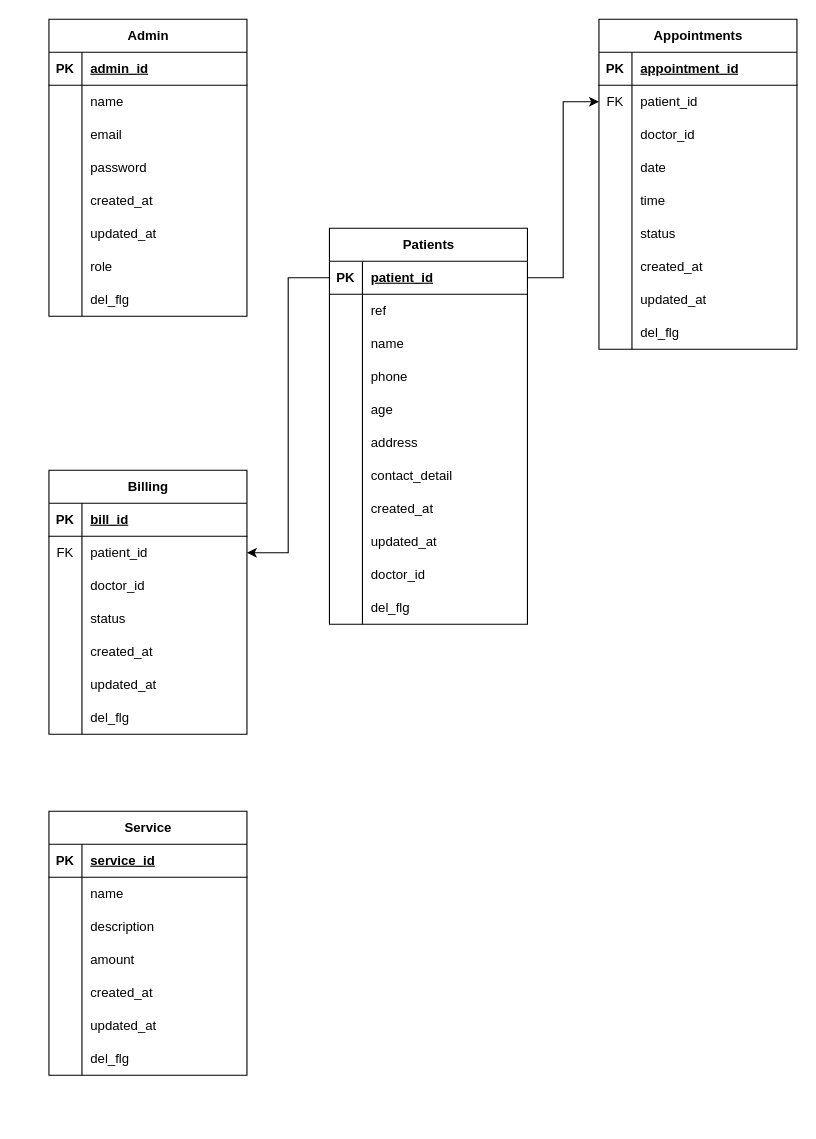
This is src/main/java/com/dental/pos/doc/db_diagram/dental_pos.drawio from XiaoTie123/Dental_POS, a draw.io file, before an edit. Source tidied: cells renumbered, new cells numbered last; positions are measured from the earlier drawing's top-left corner, leaving out a move shared by most shapes. Both pictures are drawn from the tidied source at 110%, with x=0, y=0 at pixel (48, 19).
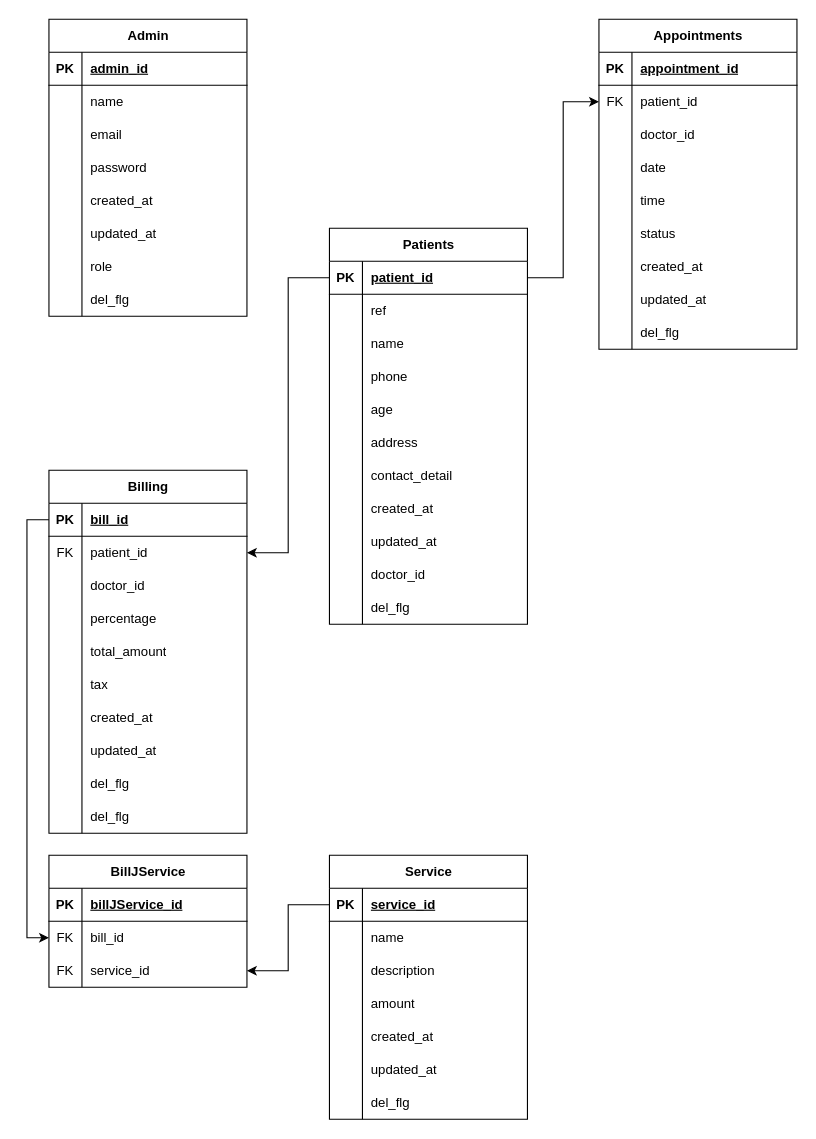
The same diagram, later.

Unchanged cells that the change refers to:
```xml
<mxCell id="90" style="shape=tableRow;horizontal=0;startSize=0;swimlaneHead=0;swimlaneBody=0;fillColor=none;points=[[0,0.5],[1,0.5]];portConstraint=eastwest;top=0;left=0;right=0;bottom=1;" parent="89" vertex="1">
  <mxGeometry y="30" width="180" height="30" as="geometry" />
</mxCell>
<mxCell id="99" style="shape=tableRow;horizontal=0;startSize=0;swimlaneHead=0;swimlaneBody=0;fillColor=none;top=0;left=0;right=0;bottom=0;" parent="89" vertex="1">
  <mxGeometry y="120" width="180" height="30" as="geometry" />
</mxCell>
<mxCell id="102" style="shape=tableRow;horizontal=0;startSize=0;swimlaneHead=0;swimlaneBody=0;fillColor=none;top=0;left=0;right=0;bottom=0;" parent="89" vertex="1">
  <mxGeometry y="150" width="180" height="30" as="geometry" />
</mxCell>
<mxCell id="105" style="shape=tableRow;horizontal=0;startSize=0;swimlaneHead=0;swimlaneBody=0;fillColor=none;top=0;left=0;right=0;bottom=0;" parent="89" vertex="1">
  <mxGeometry y="180" width="180" height="30" as="geometry" />
</mxCell>
<mxCell id="114" style="shape=tableRow;horizontal=0;startSize=0;swimlaneHead=0;swimlaneBody=0;fillColor=none;points=[[0,0.5],[1,0.5]];portConstraint=eastwest;top=0;left=0;right=0;bottom=1;" parent="113" vertex="1">
  <mxGeometry y="30" width="180" height="30" as="geometry" />
</mxCell>
```

Diff of the diagram source:
```diff
@@
     <mxCell id="89" value="Billing" style="shape=table;startSize=30;childLayout=tableLayout;rowLines=0;fontStyle=1;align=center;html=1;" parent="1" vertex="1">
-      <mxGeometry y="410" width="180" height="240" as="geometry" />
+      <mxGeometry y="410" width="180" height="330" as="geometry" />
     </mxCell>
@@
-    <mxCell id="101" value="status" style="shape=partialRectangle;fillColor=none;top=0;left=0;bottom=0;right=0;align=left;spacingLeft=6;overflow=hidden;whiteSpace=wrap;html=1;" parent="99" vertex="1">
+    <mxCell id="101" value="percentage" style="shape=partialRectangle;fillColor=none;top=0;left=0;bottom=0;right=0;align=left;spacingLeft=6;overflow=hidden;whiteSpace=wrap;html=1;" parent="99" vertex="1">
       <mxGeometry x="30" width="150" height="30" as="geometry" />
     </mxCell>
@@
-    <mxCell id="104" value="created_at" style="shape=partialRectangle;fillColor=none;top=0;left=0;bottom=0;right=0;align=left;spacingLeft=6;overflow=hidden;whiteSpace=wrap;html=1;" parent="102" vertex="1">
+    <mxCell id="104" value="total_amount" style="shape=partialRectangle;fillColor=none;top=0;left=0;bottom=0;right=0;align=left;spacingLeft=6;overflow=hidden;whiteSpace=wrap;html=1;" parent="102" vertex="1">
       <mxGeometry x="30" width="150" height="30" as="geometry" />
     </mxCell>
@@
-    <mxCell id="107" value="updated_at" style="shape=partialRectangle;fillColor=none;top=0;left=0;bottom=0;right=0;align=left;spacingLeft=6;overflow=hidden;whiteSpace=wrap;html=1;" parent="105" vertex="1">
+    <mxCell id="107" value="tax" style="shape=partialRectangle;fillColor=none;top=0;left=0;bottom=0;right=0;align=left;spacingLeft=6;overflow=hidden;whiteSpace=wrap;html=1;" parent="105" vertex="1">
       <mxGeometry x="30" width="150" height="30" as="geometry" />
     </mxCell>
-    <mxCell id="108" style="shape=tableRow;horizontal=0;startSize=0;swimlaneHead=0;swimlaneBody=0;fillColor=none;top=0;left=0;right=0;bottom=0;" parent="89" vertex="1">
-      <mxGeometry y="210" width="180" height="30" as="geometry" />
-    </mxCell>
-    <mxCell id="109" style="shape=partialRectangle;fillColor=none;top=0;left=0;bottom=0;right=0;overflow=hidden;whiteSpace=wrap;html=1;" parent="108" vertex="1">
-      <mxGeometry width="30" height="30" as="geometry" />
-    </mxCell>
-    <mxCell id="110" value="del_flg" style="shape=partialRectangle;fillColor=none;top=0;left=0;bottom=0;right=0;align=left;spacingLeft=6;overflow=hidden;whiteSpace=wrap;html=1;" parent="108" vertex="1">
-      <mxGeometry x="30" width="150" height="30" as="geometry" />
-    </mxCell>
+    <mxCell id="135" style="shape=tableRow;horizontal=0;startSize=0;swimlaneHead=0;swimlaneBody=0;fillColor=none;top=0;left=0;right=0;bottom=0;" parent="89" vertex="1">
+      <mxGeometry y="210" width="180" height="30" as="geometry" />
+    </mxCell>
+    <mxCell id="136" style="shape=partialRectangle;fillColor=none;top=0;left=0;bottom=0;right=0;overflow=hidden;whiteSpace=wrap;html=1;" parent="135" vertex="1">
+      <mxGeometry width="30" height="30" as="geometry" />
+    </mxCell>
+    <mxCell id="128" value="created_at" style="shape=partialRectangle;fillColor=none;top=0;left=0;bottom=0;right=0;align=left;spacingLeft=6;overflow=hidden;whiteSpace=wrap;html=1;" parent="135" vertex="1">
+      <mxGeometry x="30" width="150" height="30" as="geometry" />
+    </mxCell>
+    <mxCell id="137" style="shape=tableRow;horizontal=0;startSize=0;swimlaneHead=0;swimlaneBody=0;fillColor=none;top=0;left=0;right=0;bottom=0;" parent="89" vertex="1">
+      <mxGeometry y="240" width="180" height="30" as="geometry" />
+    </mxCell>
+    <mxCell id="138" style="shape=partialRectangle;fillColor=none;top=0;left=0;bottom=0;right=0;overflow=hidden;whiteSpace=wrap;html=1;" parent="137" vertex="1">
+      <mxGeometry width="30" height="30" as="geometry" />
+    </mxCell>
+    <mxCell id="139" value="updated_at" style="shape=partialRectangle;fillColor=none;top=0;left=0;bottom=0;right=0;align=left;spacingLeft=6;overflow=hidden;whiteSpace=wrap;html=1;" parent="137" vertex="1">
+      <mxGeometry x="30" width="150" height="30" as="geometry" />
+    </mxCell>
+    <mxCell id="140" style="shape=tableRow;horizontal=0;startSize=0;swimlaneHead=0;swimlaneBody=0;fillColor=none;top=0;left=0;right=0;bottom=0;" parent="89" vertex="1">
+      <mxGeometry y="270" width="180" height="30" as="geometry" />
+    </mxCell>
+    <mxCell id="141" style="shape=partialRectangle;fillColor=none;top=0;left=0;bottom=0;right=0;overflow=hidden;whiteSpace=wrap;html=1;" parent="140" vertex="1">
+      <mxGeometry width="30" height="30" as="geometry" />
+    </mxCell>
+    <mxCell id="142" value="del_flg" style="shape=partialRectangle;fillColor=none;top=0;left=0;bottom=0;right=0;align=left;spacingLeft=6;overflow=hidden;whiteSpace=wrap;html=1;" parent="140" vertex="1">
+      <mxGeometry x="30" width="150" height="30" as="geometry" />
+    </mxCell>
+    <mxCell id="143" style="shape=tableRow;horizontal=0;startSize=0;swimlaneHead=0;swimlaneBody=0;fillColor=none;top=0;left=0;right=0;bottom=0;" parent="89" vertex="1">
+      <mxGeometry y="300" width="180" height="30" as="geometry" />
+    </mxCell>
+    <mxCell id="144" style="shape=partialRectangle;fillColor=none;top=0;left=0;bottom=0;right=0;overflow=hidden;whiteSpace=wrap;html=1;" parent="143" vertex="1">
+      <mxGeometry width="30" height="30" as="geometry" />
+    </mxCell>
+    <mxCell id="145" value="del_flg" style="shape=partialRectangle;fillColor=none;top=0;left=0;bottom=0;right=0;align=left;spacingLeft=6;overflow=hidden;whiteSpace=wrap;html=1;" parent="143" vertex="1">
+      <mxGeometry x="30" width="150" height="30" as="geometry" />
+    </mxCell>
@@
     <mxCell id="113" value="Service" style="shape=table;startSize=30;childLayout=tableLayout;rowLines=0;fontStyle=1;align=center;html=1;" parent="1" vertex="1">
-      <mxGeometry y="720" width="180" height="240" as="geometry" />
+      <mxGeometry x="255" y="760" width="180" height="240" as="geometry" />
     </mxCell>
@@
-    <mxCell id="126" style="shape=tableRow;horizontal=0;startSize=0;swimlaneHead=0;swimlaneBody=0;fillColor=none;top=0;left=0;right=0;bottom=0;" parent="113" vertex="1">
-      <mxGeometry y="150" width="180" height="30" as="geometry" />
-    </mxCell>
-    <mxCell id="127" style="shape=partialRectangle;fillColor=none;top=0;left=0;bottom=0;right=0;overflow=hidden;whiteSpace=wrap;html=1;" parent="126" vertex="1">
-      <mxGeometry width="30" height="30" as="geometry" />
-    </mxCell>
-    <mxCell id="128" value="created_at" style="shape=partialRectangle;fillColor=none;top=0;left=0;bottom=0;right=0;align=left;spacingLeft=6;overflow=hidden;whiteSpace=wrap;html=1;" parent="126" vertex="1">
-      <mxGeometry x="30" width="150" height="30" as="geometry" />
-    </mxCell>
     <mxCell id="129" style="shape=tableRow;horizontal=0;startSize=0;swimlaneHead=0;swimlaneBody=0;fillColor=none;top=0;left=0;right=0;bottom=0;" parent="113" vertex="1">
-      <mxGeometry y="180" width="180" height="30" as="geometry" />
+      <mxGeometry y="150" width="180" height="30" as="geometry" />
     </mxCell>
@@
-    <mxCell id="131" value="updated_at" style="shape=partialRectangle;fillColor=none;top=0;left=0;bottom=0;right=0;align=left;spacingLeft=6;overflow=hidden;whiteSpace=wrap;html=1;" parent="129" vertex="1">
+    <mxCell id="131" value="created_at" style="shape=partialRectangle;fillColor=none;top=0;left=0;bottom=0;right=0;align=left;spacingLeft=6;overflow=hidden;whiteSpace=wrap;html=1;" parent="129" vertex="1">
       <mxGeometry x="30" width="150" height="30" as="geometry" />
     </mxCell>
     <mxCell id="132" style="shape=tableRow;horizontal=0;startSize=0;swimlaneHead=0;swimlaneBody=0;fillColor=none;top=0;left=0;right=0;bottom=0;" parent="113" vertex="1">
-      <mxGeometry y="210" width="180" height="30" as="geometry" />
+      <mxGeometry y="180" width="180" height="30" as="geometry" />
     </mxCell>
@@
-    <mxCell id="134" value="del_flg" style="shape=partialRectangle;fillColor=none;top=0;left=0;bottom=0;right=0;align=left;spacingLeft=6;overflow=hidden;whiteSpace=wrap;html=1;" parent="132" vertex="1">
+    <mxCell id="134" value="updated_at" style="shape=partialRectangle;fillColor=none;top=0;left=0;bottom=0;right=0;align=left;spacingLeft=6;overflow=hidden;whiteSpace=wrap;html=1;" parent="132" vertex="1">
       <mxGeometry x="30" width="150" height="30" as="geometry" />
     </mxCell>
+    <mxCell id="146" style="shape=tableRow;horizontal=0;startSize=0;swimlaneHead=0;swimlaneBody=0;fillColor=none;top=0;left=0;right=0;bottom=0;" parent="113" vertex="1">
+      <mxGeometry y="210" width="180" height="30" as="geometry" />
+    </mxCell>
+    <mxCell id="147" style="shape=partialRectangle;fillColor=none;top=0;left=0;bottom=0;right=0;overflow=hidden;whiteSpace=wrap;html=1;" parent="146" vertex="1">
+      <mxGeometry width="30" height="30" as="geometry" />
+    </mxCell>
+    <mxCell id="148" value="del_flg" style="shape=partialRectangle;fillColor=none;top=0;left=0;bottom=0;right=0;align=left;spacingLeft=6;overflow=hidden;whiteSpace=wrap;html=1;" parent="146" vertex="1">
+      <mxGeometry x="30" width="150" height="30" as="geometry" />
+    </mxCell>
+    <mxCell id="149" style="edgeStyle=orthogonalEdgeStyle;rounded=0;jettySize=auto;html=1;exitX=0;exitY=0.5;exitDx=0;exitDy=0;entryX=0;entryY=0.5;entryDx=0;entryDy=0;" parent="1" edge="1" source="90" target="154">
+      <mxGeometry relative="1" as="geometry" />
+    </mxCell>
+    <mxCell id="150" value="BillJService" style="shape=table;startSize=30;childLayout=tableLayout;rowLines=0;fontStyle=1;align=center;html=1;" parent="1" vertex="1">
+      <mxGeometry y="760" width="180" height="120" as="geometry" />
+    </mxCell>
+    <mxCell id="151" style="shape=tableRow;horizontal=0;startSize=0;swimlaneHead=0;swimlaneBody=0;fillColor=none;top=0;left=0;right=0;bottom=1;" parent="150" vertex="1">
+      <mxGeometry y="30" width="180" height="30" as="geometry" />
+    </mxCell>
+    <mxCell id="152" value="PK" style="shape=partialRectangle;fillColor=none;top=0;left=0;bottom=0;right=0;fontStyle=1;overflow=hidden;whiteSpace=wrap;html=1;" parent="151" vertex="1">
+      <mxGeometry width="30" height="30" as="geometry" />
+    </mxCell>
+    <mxCell id="153" value="billJService_id" style="shape=partialRectangle;fillColor=none;top=0;left=0;bottom=0;right=0;align=left;spacingLeft=6;fontStyle=5;overflow=hidden;whiteSpace=wrap;html=1;" parent="151" vertex="1">
+      <mxGeometry x="30" width="150" height="30" as="geometry" />
+    </mxCell>
+    <mxCell id="154" style="shape=tableRow;horizontal=0;startSize=0;swimlaneHead=0;swimlaneBody=0;fillColor=none;points=[[0,0.5],[1,0.5]];portConstraint=eastwest;top=0;left=0;right=0;bottom=0;" parent="150" vertex="1">
+      <mxGeometry y="60" width="180" height="30" as="geometry" />
+    </mxCell>
+    <mxCell id="155" value="FK" style="shape=partialRectangle;fillColor=none;top=0;left=0;bottom=0;right=0;overflow=hidden;whiteSpace=wrap;html=1;" parent="154" vertex="1">
+      <mxGeometry width="30" height="30" as="geometry" />
+    </mxCell>
+    <mxCell id="156" value="bill_id" style="shape=partialRectangle;fillColor=none;top=0;left=0;bottom=0;right=0;align=left;spacingLeft=6;overflow=hidden;whiteSpace=wrap;html=1;" parent="154" vertex="1">
+      <mxGeometry x="30" width="150" height="30" as="geometry" />
+    </mxCell>
+    <mxCell id="157" style="shape=tableRow;horizontal=0;startSize=0;swimlaneHead=0;swimlaneBody=0;fillColor=none;points=[[0,0.5],[1,0.5]];portConstraint=eastwest;top=0;left=0;right=0;bottom=0;" parent="150" vertex="1">
+      <mxGeometry y="90" width="180" height="30" as="geometry" />
+    </mxCell>
+    <mxCell id="158" value="FK" style="shape=partialRectangle;fillColor=none;top=0;left=0;bottom=0;right=0;overflow=hidden;whiteSpace=wrap;html=1;" parent="157" vertex="1">
+      <mxGeometry width="30" height="30" as="geometry" />
+    </mxCell>
+    <mxCell id="159" value="service_id" style="shape=partialRectangle;fillColor=none;top=0;left=0;bottom=0;right=0;align=left;spacingLeft=6;overflow=hidden;whiteSpace=wrap;html=1;" parent="157" vertex="1">
+      <mxGeometry x="30" width="150" height="30" as="geometry" />
+    </mxCell>
+    <mxCell id="160" style="edgeStyle=orthogonalEdgeStyle;rounded=0;jettySize=auto;html=1;exitX=0;exitY=0.5;exitDx=0;exitDy=0;entryX=1;entryY=0.5;entryDx=0;entryDy=0;" parent="1" edge="1" source="114" target="157">
+      <mxGeometry relative="1" as="geometry" />
+    </mxCell>
```
